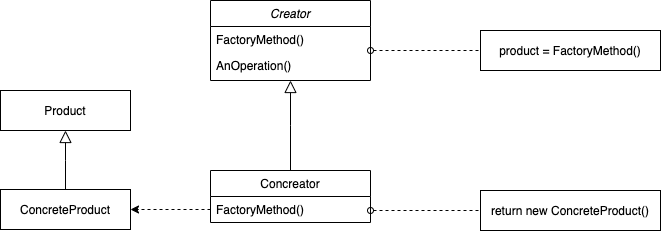
Above: image/DesignPattern/FactoryMethodPatternDiagram.png in SongHayoung/SongHayoung.github.io (draw.io), before the change. Source tidied: cells renumbered, new cells last; positions are measured from the earlier drawing's top-left corner, leaving out a move shared by most shapes. Its diagram source:
```xml
<mxGraphModel>
  <root>
    <mxCell id="0" />
    <mxCell id="1" parent="0" />
    <mxCell id="2" value="Creator" style="swimlane;fontStyle=2;align=center;verticalAlign=top;horizontal=1;startSize=26;rounded=0;shadow=0;strokeWidth=1;" parent="1" vertex="1">
      <mxGeometry x="210" width="160" height="80" as="geometry" />
    </mxCell>
    <mxCell id="3" value="FactoryMethod()" style="text;align=left;verticalAlign=top;spacingLeft=4;spacingRight=4;overflow=hidden;" parent="2" vertex="1">
      <mxGeometry y="26" width="160" height="26" as="geometry" />
    </mxCell>
    <mxCell id="4" style="endArrow=none;html=1;startArrow=oval;startFill=0;dashed=1;endFill=0;" parent="2" edge="1">
      <mxGeometry relative="1" as="geometry">
        <mxPoint x="160" y="50" as="sourcePoint" />
        <mxPoint x="280" y="50" as="targetPoint" />
      </mxGeometry>
    </mxCell>
    <mxCell id="5" value="AnOperation()" style="text;align=left;verticalAlign=top;spacingLeft=4;spacingRight=4;overflow=hidden;rounded=0;shadow=0;html=0;" parent="2" vertex="1">
      <mxGeometry y="52" width="160" height="26" as="geometry" />
    </mxCell>
    <mxCell id="6" style="endArrow=block;endSize=10;endFill=0;shadow=0;strokeWidth=1;rounded=0;edgeStyle=elbowEdgeStyle;elbow=vertical;" parent="1" edge="1" source="8" target="2">
      <mxGeometry relative="1" as="geometry" />
    </mxCell>
    <mxCell id="7" value="product = FactoryMethod()" style="rounded=0;whiteSpace=wrap;html=1;" parent="1" vertex="1">
      <mxGeometry x="480" y="30" width="180" height="40" as="geometry" />
    </mxCell>
    <mxCell id="8" value="Concreator" style="swimlane;fontStyle=0;align=center;verticalAlign=top;horizontal=1;startSize=26;rounded=0;shadow=0;strokeWidth=1;" parent="1" vertex="1">
      <mxGeometry x="210" y="170" width="160" height="52" as="geometry" />
    </mxCell>
    <mxCell id="9" value="FactoryMethod()" style="text;align=left;verticalAlign=top;spacingLeft=4;spacingRight=4;overflow=hidden;points=[[0,0.5],[1,0.5]];portConstraint=eastwest;" parent="8" vertex="1">
      <mxGeometry y="26" width="160" height="26" as="geometry" />
    </mxCell>
    <mxCell id="10" style="endArrow=none;html=1;startArrow=oval;startFill=0;dashed=1;endFill=0;" parent="1" edge="1">
      <mxGeometry relative="1" as="geometry">
        <mxPoint x="370" y="210" as="sourcePoint" />
        <mxPoint x="490" y="210" as="targetPoint" />
      </mxGeometry>
    </mxCell>
    <mxCell id="11" value="return new ConcreteProduct()" style="rounded=0;whiteSpace=wrap;html=1;" parent="1" vertex="1">
      <mxGeometry x="480" y="190" width="180" height="40" as="geometry" />
    </mxCell>
    <mxCell id="12" value="ConcreteProduct" style="rounded=0;whiteSpace=wrap;html=1;" parent="1" vertex="1">
      <mxGeometry y="189" width="130" height="40" as="geometry" />
    </mxCell>
    <mxCell id="13" style="endArrow=classic;html=1;dashed=1;entryX=1;entryY=0.5;entryDx=0;entryDy=0;exitX=0;exitY=0.5;exitDx=0;exitDy=0;" parent="1" edge="1" source="9" target="12">
      <mxGeometry relative="1" as="geometry" />
    </mxCell>
    <mxCell id="14" value="Product" style="rounded=0;whiteSpace=wrap;html=1;" parent="1" vertex="1">
      <mxGeometry y="90" width="130" height="40" as="geometry" />
    </mxCell>
    <mxCell id="15" style="endArrow=block;endSize=10;endFill=0;shadow=0;strokeWidth=1;rounded=0;edgeStyle=elbowEdgeStyle;elbow=vertical;entryX=0.5;entryY=1;entryDx=0;entryDy=0;exitX=0.5;exitY=0;exitDx=0;exitDy=0;" parent="1" edge="1" source="12" target="14">
      <mxGeometry relative="1" as="geometry" />
    </mxCell>
  </root>
</mxGraphModel>
```
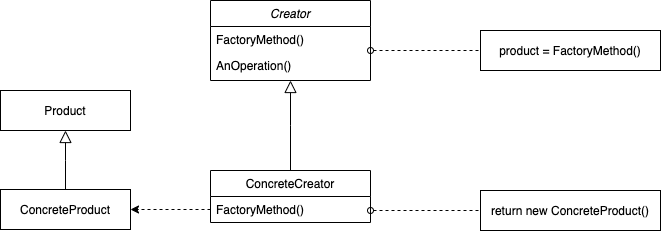
Above is the later version.

What changed in the source:
```diff
@@ -23,7 +23,7 @@
     <mxCell id="7" value="product = FactoryMethod()" style="rounded=0;whiteSpace=wrap;html=1;" parent="1" vertex="1">
       <mxGeometry x="480" y="30" width="180" height="40" as="geometry" />
     </mxCell>
-    <mxCell id="8" value="Concreator" style="swimlane;fontStyle=0;align=center;verticalAlign=top;horizontal=1;startSize=26;rounded=0;shadow=0;strokeWidth=1;" parent="1" vertex="1">
+    <mxCell id="8" value="ConcreteCreator" style="swimlane;fontStyle=0;align=center;verticalAlign=top;horizontal=1;startSize=26;rounded=0;shadow=0;strokeWidth=1;" parent="1" vertex="1">
       <mxGeometry x="210" y="170" width="160" height="52" as="geometry" />
     </mxCell>
     <mxCell id="9" value="FactoryMethod()" style="text;align=left;verticalAlign=top;spacingLeft=4;spacingRight=4;overflow=hidden;points=[[0,0.5],[1,0.5]];portConstraint=eastwest;" parent="8" vertex="1">
```
